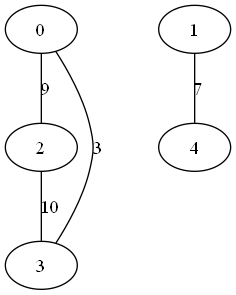
Above: grafos/arquivos/arquivo3.png in lucasszanotelli/TPA (Graphviz), before the change. Its source is kept beside it as grafos/arquivos/arquivo3.dot.
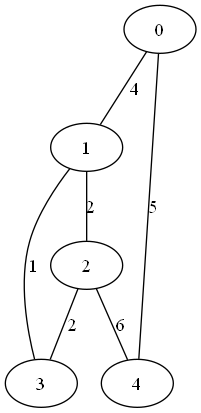
The same file after the commit.

Diff of the diagram source:
```diff
@@ -4,8 +4,10 @@
     2;
     3;
     4;
-    0 -- 3 [label=3, weight=3];
-    0 -- 2 [label=9, weight=9];
-    1 -- 4 [label=7, weight=7];
-    2 -- 3 [label=10, weight=10];
+    0 -- 4 [label=5, weight=5];
+    0 -- 1 [label=4, weight=4];
+    1 -- 2 [label=2, weight=2];
+    1 -- 3 [label=1, weight=1];
+    2 -- 4 [label=6, weight=6];
+    2 -- 3 [label=2, weight=2];
 }
```
